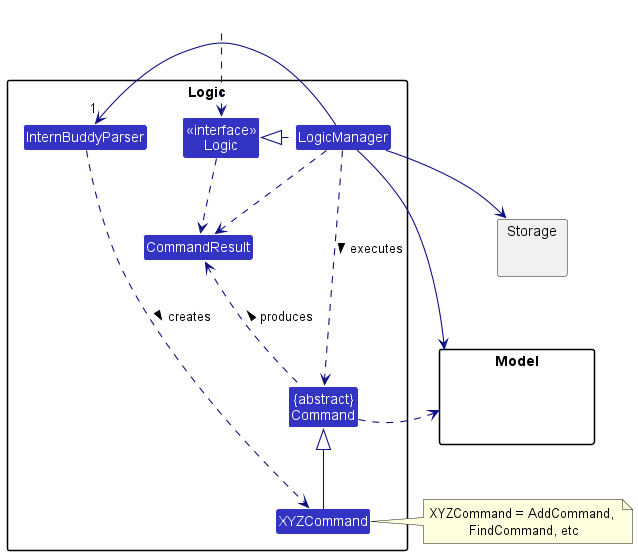
Above: docs/images/LogicClassDiagram.png in nus-cs2103-AY2223S2/tp (PlantUML), before the change.
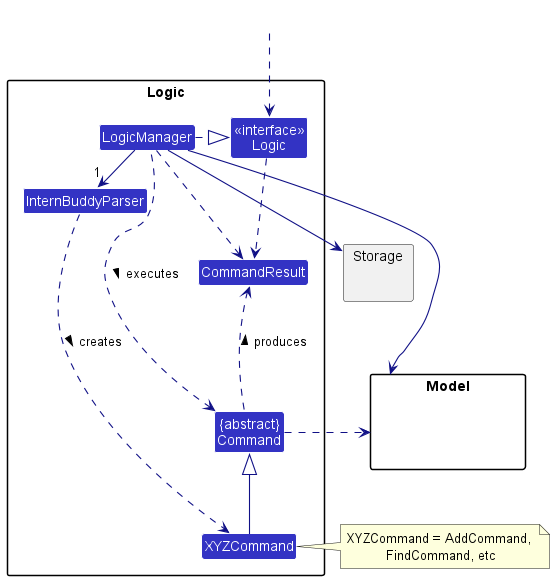
After the commit.

Commit message:
Update Logic class diagram

The edit, as a diff of the source:
```diff
@@ -10,8 +10,10 @@
 Class XYZCommand
 Class CommandResult
 Class "{abstract}\nCommand" as Command
+
+
+Class "<<interface>>\nLogic" as LogicInterface
 Class LogicManager
-Class "<<interface>>\nLogic" as LogicInterface
 }
 
 package Model{
@@ -24,16 +26,17 @@
 Class HiddenOutside #FFFFFF
 HiddenOutside ..> LogicInterface
 
-LogicManager .left.|> LogicInterface
-LogicManager -left->"1" InternBuddyParser
+LogicManager .right.|> LogicInterface
+LogicManager -right->"1" InternBuddyParser
 InternBuddyParser ..> XYZCommand : creates >
 
 XYZCommand -up-|> Command
-LogicManager .right.> Command : executes >
+LogicManager .left.> Command : executes >
 
 LogicManager --> Model
 LogicManager --> Storage
 Storage --[hidden] Model
+Command .[hidden]up.> Storage
 Command .right.> Model
 note right of XYZCommand: XYZCommand = AddCommand, \nFindCommand, etc
 
```
